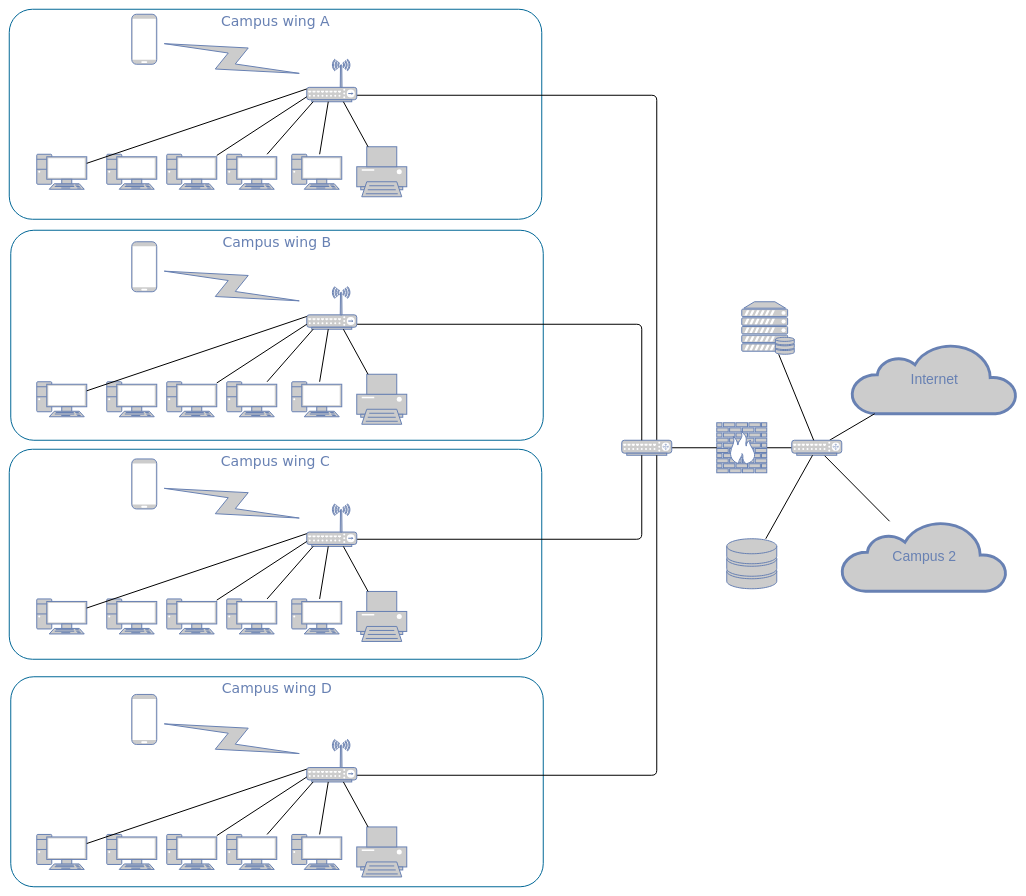
Above: Untitled Diagram.drawio in bochill/gites (draw.io), before the change. Source tidied: cells renumbered, new cells numbered last; positions are measured from the earlier drawing's top-left corner, leaving out a move shared by most shapes. Both pictures are drawn from the tidied source at 50%, with x=0, y=0 at pixel (9, 9).
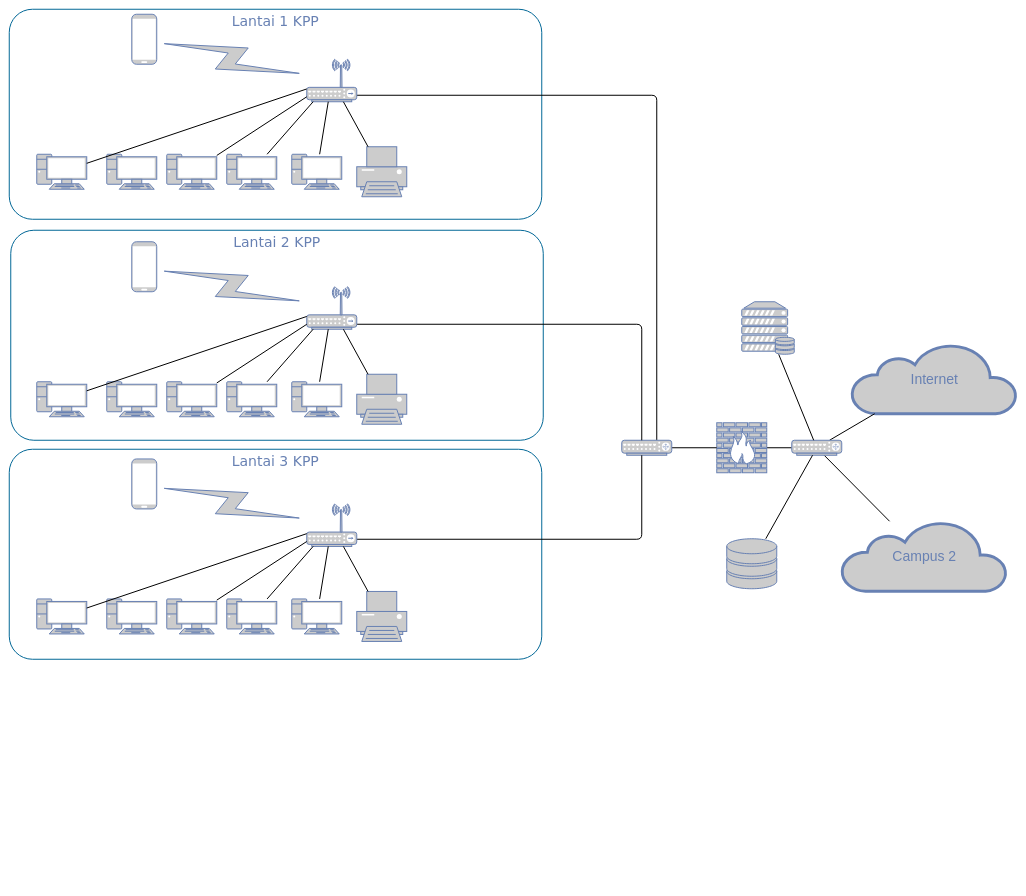
Above is the later version.

The change refers to these unchanged cells:
```xml
<mxCell id="10" style="fontColor=#0066CC;verticalAlign=top;verticalLabelPosition=bottom;labelPosition=center;align=center;html=1;fillColor=#CCCCCC;strokeColor=#6881B3;gradientColor=none;gradientDirection=north;strokeWidth=2;shape=mxgraph.networks.router;rounded=0;shadow=0;comic=0;" parent="1" vertex="1">
  <mxGeometry x="1225" y="862" width="100" height="30" as="geometry" />
</mxCell>
```

The edit, as a diff of the source:
```diff
@@
-    <mxCell id="2" value="Campus wing D" style="rounded=1;whiteSpace=wrap;html=1;shadow=0;comic=0;strokeColor=#036897;strokeWidth=2;fillColor=none;fontFamily=Verdana;fontSize=28;fontColor=#6881B3;align=center;arcSize=11;verticalAlign=top;" parent="1" vertex="1">
-      <mxGeometry x="3" y="1335" width="1065" height="420" as="geometry" />
-    </mxCell>
-    <mxCell id="3" value="Campus wing C" style="rounded=1;whiteSpace=wrap;html=1;shadow=0;comic=0;strokeColor=#036897;strokeWidth=2;fillColor=none;fontFamily=Verdana;fontSize=28;fontColor=#6881B3;align=center;arcSize=11;verticalAlign=top;" parent="1" vertex="1">
+    <mxCell id="3" value="Lantai 3 KPP" style="rounded=1;whiteSpace=wrap;html=1;shadow=0;comic=0;strokeColor=#036897;strokeWidth=2;fillColor=none;fontFamily=Verdana;fontSize=28;fontColor=#6881B3;align=center;arcSize=11;verticalAlign=top;" parent="1" vertex="1">
       <mxGeometry y="880" width="1065" height="420" as="geometry" />
     </mxCell>
-    <mxCell id="4" value="Campus wing B" style="rounded=1;whiteSpace=wrap;html=1;shadow=0;comic=0;strokeColor=#036897;strokeWidth=2;fillColor=none;fontFamily=Verdana;fontSize=28;fontColor=#6881B3;align=center;arcSize=11;verticalAlign=top;" parent="1" vertex="1">
+    <mxCell id="4" value="Lantai 2 KPP" style="rounded=1;whiteSpace=wrap;html=1;shadow=0;comic=0;strokeColor=#036897;strokeWidth=2;fillColor=none;fontFamily=Verdana;fontSize=28;fontColor=#6881B3;align=center;arcSize=11;verticalAlign=top;" parent="1" vertex="1">
       <mxGeometry x="3" y="442" width="1065" height="420" as="geometry" />
     </mxCell>
-    <mxCell id="5" value="Campus wing A" style="rounded=1;whiteSpace=wrap;html=1;shadow=0;comic=0;strokeColor=#036897;strokeWidth=2;fillColor=none;fontFamily=Verdana;fontSize=28;fontColor=#6881B3;align=center;arcSize=11;verticalAlign=top;" parent="1" vertex="1">
+    <mxCell id="5" value="Lantai 1 KPP" style="rounded=1;whiteSpace=wrap;html=1;shadow=0;comic=0;strokeColor=#036897;strokeWidth=2;fillColor=none;fontFamily=Verdana;fontSize=28;fontColor=#6881B3;align=center;arcSize=11;verticalAlign=top;" parent="1" vertex="1">
       <mxGeometry width="1065" height="420" as="geometry" />
     </mxCell>
@@
-    <mxCell id="63" style="fontColor=#0066CC;verticalAlign=top;verticalLabelPosition=bottom;labelPosition=center;align=center;html=1;fillColor=#CCCCCC;strokeColor=#6881B3;gradientColor=none;gradientDirection=north;strokeWidth=2;shape=mxgraph.networks.pc;rounded=0;shadow=0;comic=0;" parent="1" vertex="1">
-      <mxGeometry x="55" y="1650.4" width="100" height="70" as="geometry" />
-    </mxCell>
-    <mxCell id="64" style="fontColor=#0066CC;verticalAlign=top;verticalLabelPosition=bottom;labelPosition=center;align=center;html=1;fillColor=#CCCCCC;strokeColor=#6881B3;gradientColor=none;gradientDirection=north;strokeWidth=2;shape=mxgraph.networks.pc;rounded=0;shadow=0;comic=0;" parent="1" vertex="1">
-      <mxGeometry x="195" y="1650.4" width="100" height="70" as="geometry" />
-    </mxCell>
-    <mxCell id="65" style="fontColor=#0066CC;verticalAlign=top;verticalLabelPosition=bottom;labelPosition=center;align=center;html=1;fillColor=#CCCCCC;strokeColor=#6881B3;gradientColor=none;gradientDirection=north;strokeWidth=2;shape=mxgraph.networks.pc;rounded=0;shadow=0;comic=0;" parent="1" vertex="1">
-      <mxGeometry x="315" y="1650.4" width="100" height="70" as="geometry" />
-    </mxCell>
-    <mxCell id="66" style="fontColor=#0066CC;verticalAlign=top;verticalLabelPosition=bottom;labelPosition=center;align=center;html=1;fillColor=#CCCCCC;strokeColor=#6881B3;gradientColor=none;gradientDirection=north;strokeWidth=2;shape=mxgraph.networks.pc;rounded=0;shadow=0;comic=0;" parent="1" vertex="1">
-      <mxGeometry x="435" y="1650.4" width="100" height="70" as="geometry" />
-    </mxCell>
-    <mxCell id="67" style="fontColor=#0066CC;verticalAlign=top;verticalLabelPosition=bottom;labelPosition=center;align=center;html=1;fillColor=#CCCCCC;strokeColor=#6881B3;gradientColor=none;gradientDirection=north;strokeWidth=2;shape=mxgraph.networks.pc;rounded=0;shadow=0;comic=0;" parent="1" vertex="1">
-      <mxGeometry x="565" y="1650.4" width="100" height="70" as="geometry" />
-    </mxCell>
-    <mxCell id="68" style="fontColor=#0066CC;verticalAlign=top;verticalLabelPosition=bottom;labelPosition=center;align=center;html=1;fillColor=#CCCCCC;strokeColor=#6881B3;gradientColor=none;gradientDirection=north;strokeWidth=2;shape=mxgraph.networks.printer;rounded=0;shadow=0;comic=0;" parent="1" vertex="1">
-      <mxGeometry x="695" y="1635.4" width="100" height="100" as="geometry" />
-    </mxCell>
-    <mxCell id="69" style="edgeStyle=orthogonalEdgeStyle;html=1;labelBackgroundColor=none;endArrow=none;endFill=0;strokeWidth=2;fontFamily=Verdana;fontSize=28;fontColor=#6881B3;" parent="1" edge="1" source="70" target="10">
-      <mxGeometry relative="1" as="geometry">
-        <Array as="points">
-          <mxPoint x="1295" y="1532" />
-        </Array>
-      </mxGeometry>
-    </mxCell>
-    <mxCell id="70" style="fontColor=#0066CC;verticalAlign=top;verticalLabelPosition=bottom;labelPosition=center;align=center;html=1;fillColor=#CCCCCC;strokeColor=#6881B3;gradientColor=none;gradientDirection=north;strokeWidth=2;shape=mxgraph.networks.wireless_hub;rounded=0;shadow=0;comic=0;" parent="1" vertex="1">
-      <mxGeometry x="595" y="1460.4" width="100" height="85" as="geometry" />
-    </mxCell>
-    <mxCell id="71" style="edgeStyle=none;html=1;labelBackgroundColor=none;endArrow=none;endFill=0;strokeWidth=2;fontFamily=Verdana;fontSize=15;fontColor=#036897;" parent="1" edge="1" source="63" target="70">
-      <mxGeometry relative="1" as="geometry" />
-    </mxCell>
-    <mxCell id="72" style="edgeStyle=none;html=1;labelBackgroundColor=none;endArrow=none;endFill=0;strokeWidth=2;fontFamily=Verdana;fontSize=15;fontColor=#036897;" parent="1" edge="1" source="65" target="70">
-      <mxGeometry relative="1" as="geometry" />
-    </mxCell>
-    <mxCell id="73" style="edgeStyle=none;html=1;labelBackgroundColor=none;endArrow=none;endFill=0;strokeWidth=2;fontFamily=Verdana;fontSize=15;fontColor=#036897;" parent="1" edge="1" source="66" target="70">
-      <mxGeometry relative="1" as="geometry" />
-    </mxCell>
-    <mxCell id="74" style="edgeStyle=none;html=1;labelBackgroundColor=none;endArrow=none;endFill=0;strokeWidth=2;fontFamily=Verdana;fontSize=15;fontColor=#036897;" parent="1" edge="1" source="67" target="70">
-      <mxGeometry relative="1" as="geometry" />
-    </mxCell>
-    <mxCell id="75" style="edgeStyle=none;html=1;labelBackgroundColor=none;endArrow=none;endFill=0;strokeWidth=2;fontFamily=Verdana;fontSize=15;fontColor=#036897;" parent="1" edge="1" source="68" target="70">
-      <mxGeometry relative="1" as="geometry" />
-    </mxCell>
-    <mxCell id="76" style="html=1;fillColor=#CCCCCC;strokeColor=#6881B3;gradientColor=none;gradientDirection=north;strokeWidth=2;shape=mxgraph.networks.comm_link_edge;html=1;labelBackgroundColor=none;endArrow=none;endFill=0;fontFamily=Verdana;fontSize=20;" parent="1" edge="1" source="70" target="77">
-      <mxGeometry relative="1" as="geometry" />
-    </mxCell>
-    <mxCell id="77" style="fontColor=#0066CC;verticalAlign=top;verticalLabelPosition=bottom;labelPosition=center;align=center;html=1;fillColor=#CCCCCC;strokeColor=#6881B3;gradientColor=none;gradientDirection=north;strokeWidth=2;shape=mxgraph.networks.mobile;rounded=0;shadow=0;comic=0;" parent="1" vertex="1">
-      <mxGeometry x="245" y="1370.4" width="50" height="100" as="geometry" />
-    </mxCell>
```
